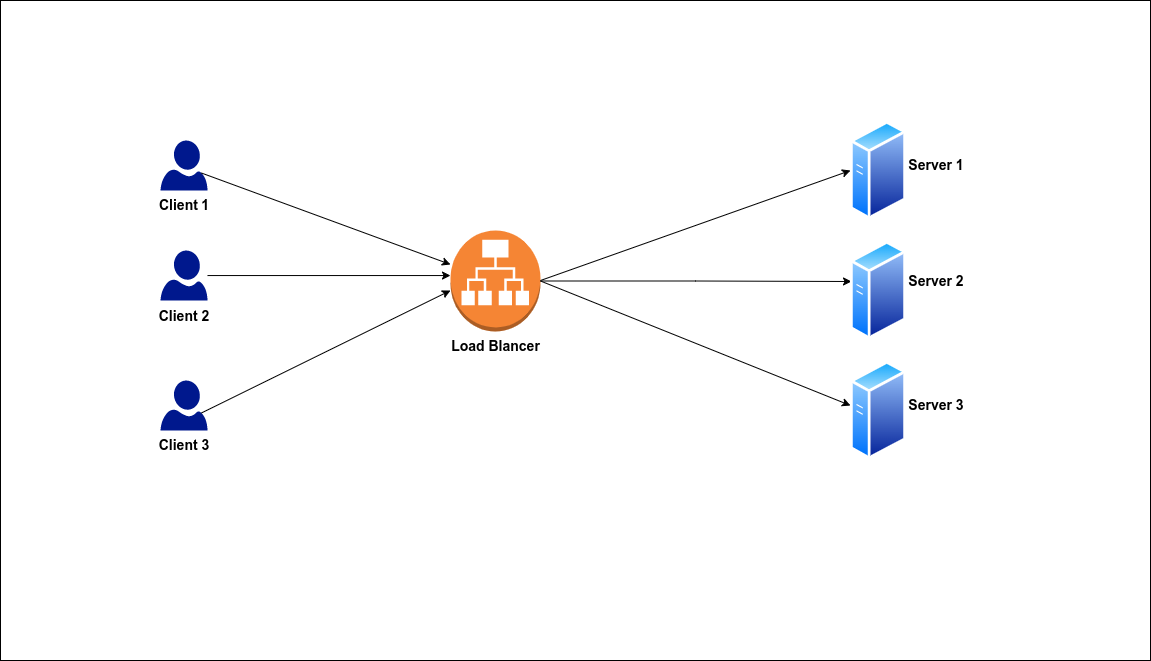
Aswin-Vijayan/diagram keeps this draw.io diagram as loadbalancing.png. Above is the earlier version. Source tidied: cells renumbered, new cells last; positions are measured from the earlier drawing's top-left corner, leaving out a move shared by most shapes. The source it was exported from:
```xml
<mxGraphModel>
  <root>
    <mxCell id="0" />
    <mxCell id="1" parent="0" />
    <mxCell id="2" style="rounded=0;whiteSpace=wrap;html=1;" parent="1" vertex="1">
      <mxGeometry width="1150" height="660" as="geometry" />
    </mxCell>
    <mxCell id="3" style="sketch=0;shadow=0;dashed=0;html=1;strokeColor=none;labelPosition=center;verticalLabelPosition=bottom;verticalAlign=top;align=center;fillColor=#00188D;shape=mxgraph.azure.user;" parent="1" vertex="1">
      <mxGeometry x="160" y="140" width="47" height="50" as="geometry" />
    </mxCell>
    <mxCell id="4" style="sketch=0;shadow=0;dashed=0;html=1;strokeColor=none;labelPosition=center;verticalLabelPosition=bottom;verticalAlign=top;align=center;fillColor=#00188D;shape=mxgraph.azure.user;" parent="1" vertex="1">
      <mxGeometry x="160" y="380" width="47" height="50" as="geometry" />
    </mxCell>
    <mxCell id="5" style="edgeStyle=orthogonalEdgeStyle;rounded=0;jettySize=auto;html=1;entryX=0;entryY=0.446;entryDx=0;entryDy=0;entryPerimeter=0;" parent="1" edge="1" source="6" target="8">
      <mxGeometry relative="1" as="geometry" />
    </mxCell>
    <mxCell id="6" style="sketch=0;shadow=0;dashed=0;html=1;strokeColor=none;labelPosition=center;verticalLabelPosition=bottom;verticalAlign=top;align=center;fillColor=#00188D;shape=mxgraph.azure.user;" parent="1" vertex="1">
      <mxGeometry x="160" y="250" width="47" height="50" as="geometry" />
    </mxCell>
    <mxCell id="7" style="edgeStyle=orthogonalEdgeStyle;rounded=0;jettySize=auto;html=1;entryX=0.018;entryY=0.41;entryDx=0;entryDy=0;entryPerimeter=0;" parent="1" edge="1" source="8" target="13">
      <mxGeometry relative="1" as="geometry" />
    </mxCell>
    <mxCell id="8" value="&lt;font style=&quot;font-size: 14px;&quot;&gt;&lt;b&gt;Load Blancer&lt;/b&gt;&lt;/font&gt;" style="outlineConnect=0;dashed=0;verticalLabelPosition=bottom;verticalAlign=top;align=center;html=1;shape=mxgraph.aws3.application_load_balancer;fillColor=#F58534;gradientColor=none;" parent="1" vertex="1">
      <mxGeometry x="450" y="230" width="90" height="101" as="geometry" />
    </mxCell>
    <mxCell id="9" style="endArrow=classic;html=1;rounded=0;exitX=0.87;exitY=0.65;exitDx=0;exitDy=0;exitPerimeter=0;" parent="1" edge="1" source="4">
      <mxGeometry relative="1" as="geometry">
        <mxPoint x="450" y="290" as="targetPoint" />
      </mxGeometry>
    </mxCell>
    <mxCell id="10" style="endArrow=classic;html=1;rounded=0;exitX=0.87;exitY=0.65;exitDx=0;exitDy=0;exitPerimeter=0;" parent="1" edge="1" source="3" target="8">
      <mxGeometry relative="1" as="geometry" />
    </mxCell>
    <mxCell id="11" style="perimeter=ellipsePerimeter;html=1;align=center;shadow=0;dashed=0;spacingTop=3;image;image=img/lib/active_directory/generic_server.svg;" parent="1" vertex="1">
      <mxGeometry x="850" y="120" width="56" height="100" as="geometry" />
    </mxCell>
    <mxCell id="12" style="perimeter=ellipsePerimeter;html=1;align=center;shadow=0;dashed=0;spacingTop=3;image;image=img/lib/active_directory/generic_server.svg;" parent="1" vertex="1">
      <mxGeometry x="850" y="360" width="56" height="100" as="geometry" />
    </mxCell>
    <mxCell id="13" style="perimeter=ellipsePerimeter;html=1;align=center;shadow=0;dashed=0;spacingTop=3;image;image=img/lib/active_directory/generic_server.svg;" parent="1" vertex="1">
      <mxGeometry x="850" y="240" width="56" height="100" as="geometry" />
    </mxCell>
    <mxCell id="14" style="endArrow=classic;html=1;rounded=0;exitX=1;exitY=0.5;exitDx=0;exitDy=0;exitPerimeter=0;" parent="1" edge="1" source="8">
      <mxGeometry relative="1" as="geometry">
        <mxPoint x="850" y="405" as="targetPoint" />
      </mxGeometry>
    </mxCell>
    <mxCell id="15" style="endArrow=classic;html=1;rounded=0;entryX=0;entryY=0.5;entryDx=0;entryDy=0;" parent="1" edge="1" target="11">
      <mxGeometry relative="1" as="geometry">
        <mxPoint x="540" y="280" as="sourcePoint" />
      </mxGeometry>
    </mxCell>
    <mxCell id="16" value="&lt;font style=&quot;font-size: 14px;&quot;&gt;&lt;b&gt;Client 3&lt;/b&gt;&lt;/font&gt;" style="text;html=1;strokeColor=none;fillColor=none;align=center;verticalAlign=middle;whiteSpace=wrap;rounded=0;" parent="1" vertex="1">
      <mxGeometry x="153.5" y="430" width="60" height="30" as="geometry" />
    </mxCell>
    <mxCell id="17" value="&lt;font style=&quot;font-size: 14px;&quot;&gt;&lt;b&gt;Client 2&lt;/b&gt;&lt;/font&gt;" style="text;html=1;strokeColor=none;fillColor=none;align=center;verticalAlign=middle;whiteSpace=wrap;rounded=0;" parent="1" vertex="1">
      <mxGeometry x="153.5" y="301" width="60" height="30" as="geometry" />
    </mxCell>
    <mxCell id="18" value="&lt;b&gt;&lt;font style=&quot;font-size: 14px;&quot;&gt;Client&lt;/font&gt;&lt;/b&gt; &lt;font style=&quot;font-size: 14px;&quot;&gt;&lt;b&gt;1&lt;/b&gt;&lt;/font&gt;" style="text;html=1;strokeColor=none;fillColor=none;align=center;verticalAlign=middle;whiteSpace=wrap;rounded=0;" parent="1" vertex="1">
      <mxGeometry x="153.5" y="190" width="60" height="30" as="geometry" />
    </mxCell>
    <mxCell id="19" value="&lt;font style=&quot;font-size: 14px;&quot;&gt;&lt;b&gt;&lt;font style=&quot;&quot;&gt;Server&lt;/font&gt; 3&lt;/b&gt;&lt;/font&gt;" style="text;html=1;strokeColor=none;fillColor=none;align=center;verticalAlign=middle;whiteSpace=wrap;rounded=0;" parent="1" vertex="1">
      <mxGeometry x="906" y="390" width="60" height="30" as="geometry" />
    </mxCell>
    <mxCell id="20" value="&lt;font style=&quot;font-size: 14px;&quot;&gt;&lt;b&gt;Server 2&lt;/b&gt;&lt;/font&gt;" style="text;html=1;strokeColor=none;fillColor=none;align=center;verticalAlign=middle;whiteSpace=wrap;rounded=0;" parent="1" vertex="1">
      <mxGeometry x="906" y="265.5" width="60" height="30" as="geometry" />
    </mxCell>
    <mxCell id="21" value="&lt;font style=&quot;font-size: 14px;&quot;&gt;&lt;b&gt;Server 1&lt;/b&gt;&lt;/font&gt;" style="text;html=1;strokeColor=none;fillColor=none;align=center;verticalAlign=middle;whiteSpace=wrap;rounded=0;" parent="1" vertex="1">
      <mxGeometry x="906" y="150" width="60" height="30" as="geometry" />
    </mxCell>
  </root>
</mxGraphModel>
```
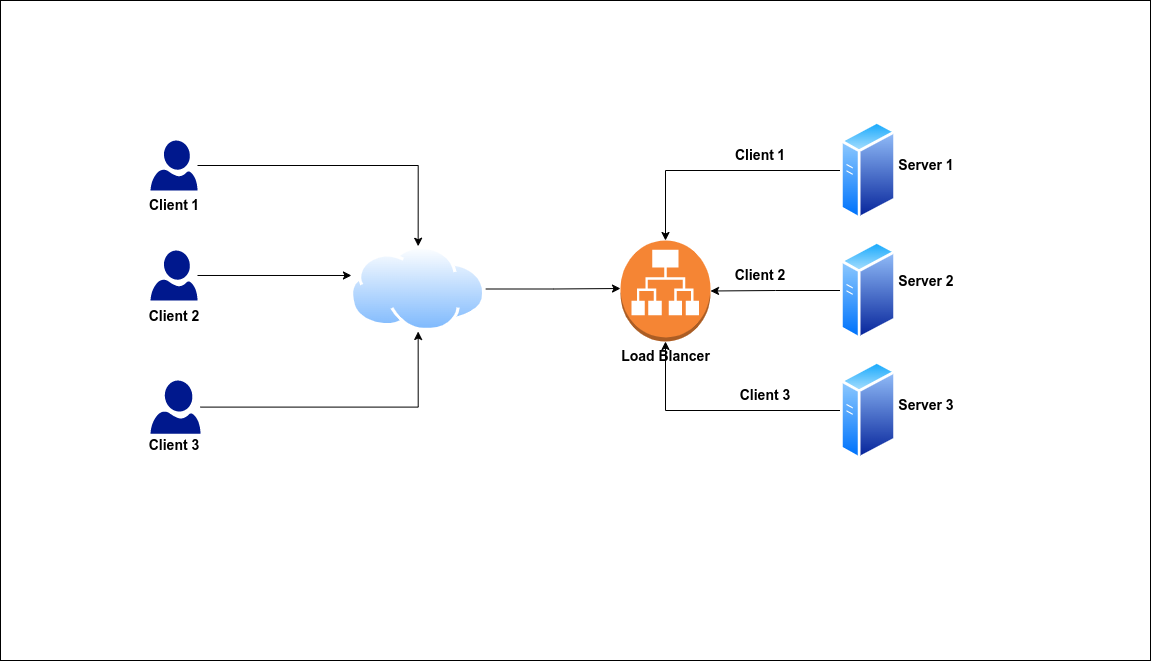
Later version of the same file.

Change to the diagram source:
```diff
@@ -3,53 +3,47 @@
     <mxCell id="0" />
     <mxCell id="1" parent="0" />
     <mxCell id="2" style="rounded=0;whiteSpace=wrap;html=1;" parent="1" vertex="1">
-      <mxGeometry width="1150" height="660" as="geometry" />
+      <mxGeometry x="10" width="1150" height="660" as="geometry" />
     </mxCell>
+    <mxCell id="22" style="edgeStyle=orthogonalEdgeStyle;rounded=0;jettySize=auto;html=1;" parent="1" edge="1" source="3" target="29">
+      <mxGeometry relative="1" as="geometry" />
+    </mxCell>
     <mxCell id="3" style="sketch=0;shadow=0;dashed=0;html=1;strokeColor=none;labelPosition=center;verticalLabelPosition=bottom;verticalAlign=top;align=center;fillColor=#00188D;shape=mxgraph.azure.user;" parent="1" vertex="1">
       <mxGeometry x="160" y="140" width="47" height="50" as="geometry" />
     </mxCell>
+    <mxCell id="23" style="edgeStyle=orthogonalEdgeStyle;rounded=0;jettySize=auto;html=1;" parent="1" edge="1" source="4" target="29">
+      <mxGeometry relative="1" as="geometry" />
+    </mxCell>
     <mxCell id="4" style="sketch=0;shadow=0;dashed=0;html=1;strokeColor=none;labelPosition=center;verticalLabelPosition=bottom;verticalAlign=top;align=center;fillColor=#00188D;shape=mxgraph.azure.user;" parent="1" vertex="1">
-      <mxGeometry x="160" y="380" width="47" height="50" as="geometry" />
+      <mxGeometry x="160" y="380" width="50" height="53.2" as="geometry" />
     </mxCell>
-    <mxCell id="5" style="edgeStyle=orthogonalEdgeStyle;rounded=0;jettySize=auto;html=1;entryX=0;entryY=0.446;entryDx=0;entryDy=0;entryPerimeter=0;" parent="1" edge="1" source="6" target="8">
-      <mxGeometry relative="1" as="geometry" />
-    </mxCell>
+    <mxCell id="24" style="edgeStyle=orthogonalEdgeStyle;rounded=0;jettySize=auto;html=1;entryX=0.007;entryY=0.343;entryDx=0;entryDy=0;entryPerimeter=0;" parent="1" edge="1" source="6" target="29">
+      <mxGeometry relative="1" as="geometry" />
+    </mxCell>
     <mxCell id="6" style="sketch=0;shadow=0;dashed=0;html=1;strokeColor=none;labelPosition=center;verticalLabelPosition=bottom;verticalAlign=top;align=center;fillColor=#00188D;shape=mxgraph.azure.user;" parent="1" vertex="1">
       <mxGeometry x="160" y="250" width="47" height="50" as="geometry" />
     </mxCell>
-    <mxCell id="7" style="edgeStyle=orthogonalEdgeStyle;rounded=0;jettySize=auto;html=1;entryX=0.018;entryY=0.41;entryDx=0;entryDy=0;entryPerimeter=0;" parent="1" edge="1" source="8" target="13">
-      <mxGeometry relative="1" as="geometry" />
-    </mxCell>
     <mxCell id="8" value="&lt;font style=&quot;font-size: 14px;&quot;&gt;&lt;b&gt;Load Blancer&lt;/b&gt;&lt;/font&gt;" style="outlineConnect=0;dashed=0;verticalLabelPosition=bottom;verticalAlign=top;align=center;html=1;shape=mxgraph.aws3.application_load_balancer;fillColor=#F58534;gradientColor=none;" parent="1" vertex="1">
-      <mxGeometry x="450" y="230" width="90" height="101" as="geometry" />
+      <mxGeometry x="630" y="240" width="90" height="101" as="geometry" />
     </mxCell>
-    <mxCell id="9" style="endArrow=classic;html=1;rounded=0;exitX=0.87;exitY=0.65;exitDx=0;exitDy=0;exitPerimeter=0;" parent="1" edge="1" source="4">
-      <mxGeometry relative="1" as="geometry">
-        <mxPoint x="450" y="290" as="targetPoint" />
-      </mxGeometry>
-    </mxCell>
-    <mxCell id="10" style="endArrow=classic;html=1;rounded=0;exitX=0.87;exitY=0.65;exitDx=0;exitDy=0;exitPerimeter=0;" parent="1" edge="1" source="3" target="8">
-      <mxGeometry relative="1" as="geometry" />
-    </mxCell>
+    <mxCell id="25" style="edgeStyle=orthogonalEdgeStyle;rounded=0;jettySize=auto;html=1;" parent="1" edge="1" source="11" target="8">
+      <mxGeometry relative="1" as="geometry" />
+    </mxCell>
     <mxCell id="11" style="perimeter=ellipsePerimeter;html=1;align=center;shadow=0;dashed=0;spacingTop=3;image;image=img/lib/active_directory/generic_server.svg;" parent="1" vertex="1">
       <mxGeometry x="850" y="120" width="56" height="100" as="geometry" />
     </mxCell>
+    <mxCell id="26" style="edgeStyle=orthogonalEdgeStyle;rounded=0;jettySize=auto;html=1;" parent="1" edge="1" source="12" target="8">
+      <mxGeometry relative="1" as="geometry" />
+    </mxCell>
     <mxCell id="12" style="perimeter=ellipsePerimeter;html=1;align=center;shadow=0;dashed=0;spacingTop=3;image;image=img/lib/active_directory/generic_server.svg;" parent="1" vertex="1">
       <mxGeometry x="850" y="360" width="56" height="100" as="geometry" />
     </mxCell>
+    <mxCell id="27" style="edgeStyle=orthogonalEdgeStyle;rounded=0;jettySize=auto;html=1;entryX=1;entryY=0.5;entryDx=0;entryDy=0;entryPerimeter=0;" parent="1" edge="1" source="13" target="8">
+      <mxGeometry relative="1" as="geometry" />
+    </mxCell>
     <mxCell id="13" style="perimeter=ellipsePerimeter;html=1;align=center;shadow=0;dashed=0;spacingTop=3;image;image=img/lib/active_directory/generic_server.svg;" parent="1" vertex="1">
       <mxGeometry x="850" y="240" width="56" height="100" as="geometry" />
     </mxCell>
-    <mxCell id="14" style="endArrow=classic;html=1;rounded=0;exitX=1;exitY=0.5;exitDx=0;exitDy=0;exitPerimeter=0;" parent="1" edge="1" source="8">
-      <mxGeometry relative="1" as="geometry">
-        <mxPoint x="850" y="405" as="targetPoint" />
-      </mxGeometry>
-    </mxCell>
-    <mxCell id="15" style="endArrow=classic;html=1;rounded=0;entryX=0;entryY=0.5;entryDx=0;entryDy=0;" parent="1" edge="1" target="11">
-      <mxGeometry relative="1" as="geometry">
-        <mxPoint x="540" y="280" as="sourcePoint" />
-      </mxGeometry>
-    </mxCell>
     <mxCell id="16" value="&lt;font style=&quot;font-size: 14px;&quot;&gt;&lt;b&gt;Client 3&lt;/b&gt;&lt;/font&gt;" style="text;html=1;strokeColor=none;fillColor=none;align=center;verticalAlign=middle;whiteSpace=wrap;rounded=0;" parent="1" vertex="1">
       <mxGeometry x="153.5" y="430" width="60" height="30" as="geometry" />
     </mxCell>
@@ -68,5 +62,22 @@
     <mxCell id="21" value="&lt;font style=&quot;font-size: 14px;&quot;&gt;&lt;b&gt;Server 1&lt;/b&gt;&lt;/font&gt;" style="text;html=1;strokeColor=none;fillColor=none;align=center;verticalAlign=middle;whiteSpace=wrap;rounded=0;" parent="1" vertex="1">
       <mxGeometry x="906" y="150" width="60" height="30" as="geometry" />
     </mxCell>
+    <mxCell id="28" style="edgeStyle=orthogonalEdgeStyle;rounded=0;jettySize=auto;html=1;" parent="1" edge="1" source="29">
+      <mxGeometry relative="1" as="geometry">
+        <mxPoint x="630" y="288" as="targetPoint" />
+      </mxGeometry>
+    </mxCell>
+    <mxCell id="29" style="perimeter=ellipsePerimeter;html=1;align=center;shadow=0;dashed=0;spacingTop=3;image;image=img/lib/active_directory/internet_cloud.svg;" parent="1" vertex="1">
+      <mxGeometry x="360" y="245.8" width="135.3" height="85.2" as="geometry" />
+    </mxCell>
+    <mxCell id="30" value="&lt;font style=&quot;font-size: 14px;&quot;&gt;&lt;b&gt;Client&lt;/b&gt;&lt;/font&gt; &lt;b&gt;&lt;font style=&quot;font-size: 14px;&quot;&gt;1&lt;/font&gt;&lt;/b&gt;" style="text;html=1;strokeColor=none;fillColor=none;align=center;verticalAlign=middle;whiteSpace=wrap;rounded=0;" parent="1" vertex="1">
+      <mxGeometry x="740" y="140" width="60" height="30" as="geometry" />
+    </mxCell>
+    <mxCell id="31" value="&lt;font style=&quot;font-size: 14px;&quot;&gt;&lt;b&gt;Client 3&lt;/b&gt;&lt;/font&gt;" style="text;html=1;strokeColor=none;fillColor=none;align=center;verticalAlign=middle;whiteSpace=wrap;rounded=0;" parent="1" vertex="1">
+      <mxGeometry x="745" y="380" width="60" height="30" as="geometry" />
+    </mxCell>
+    <mxCell id="32" value="&lt;font style=&quot;font-size: 14px;&quot;&gt;&lt;b&gt;Client 2&lt;/b&gt;&lt;/font&gt;" style="text;html=1;strokeColor=none;fillColor=none;align=center;verticalAlign=middle;whiteSpace=wrap;rounded=0;" parent="1" vertex="1">
+      <mxGeometry x="740" y="260" width="60" height="30" as="geometry" />
+    </mxCell>
   </root>
 </mxGraphModel>
```
